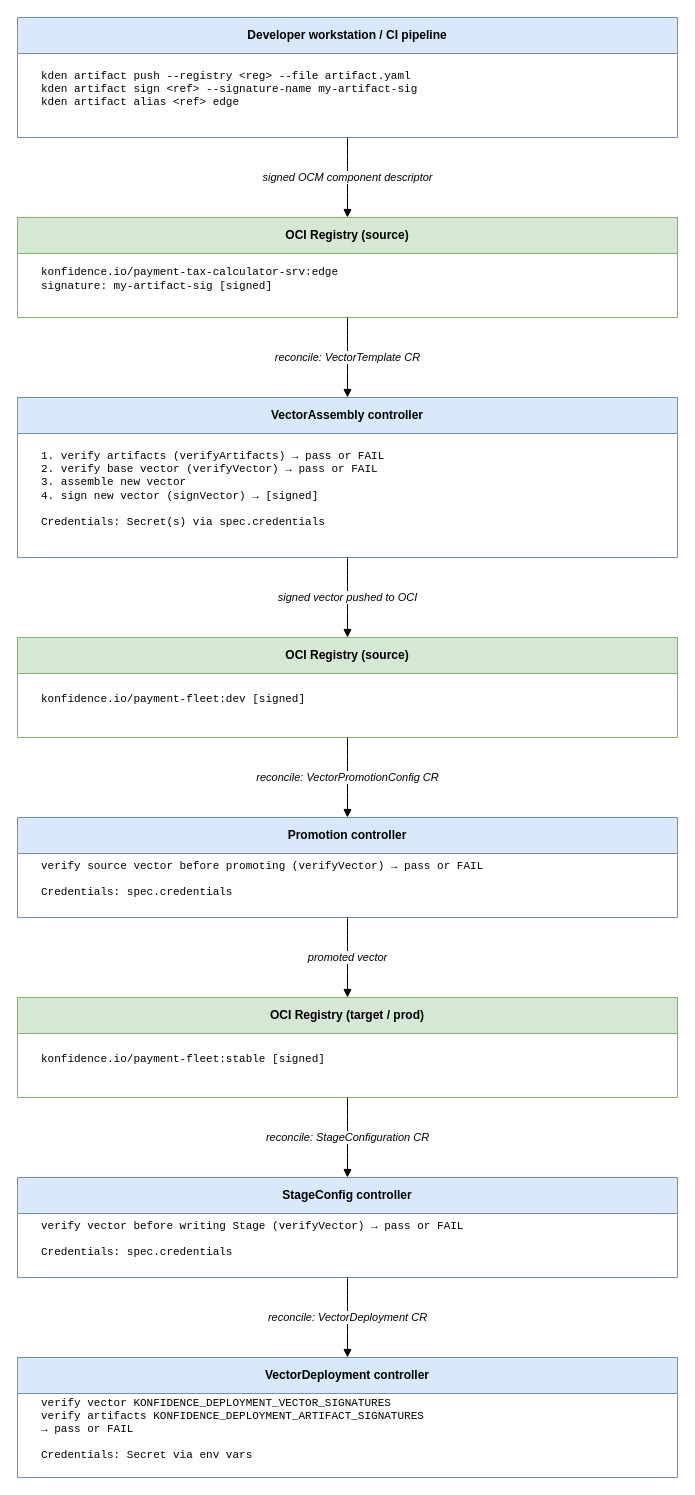
konfidence-project/konfidence-docs keeps this draw.io diagram as public/assets/diagrams/signing-and-verification-flow.drawio. Above is the earlier version. Source tidied: cells renumbered, new cells numbered last; positions are measured from the earlier drawing's top-left corner, leaving out a move shared by most shapes. Both pictures are drawn from the tidied source at 100%, with x=0, y=0 at pixel (17, 17).
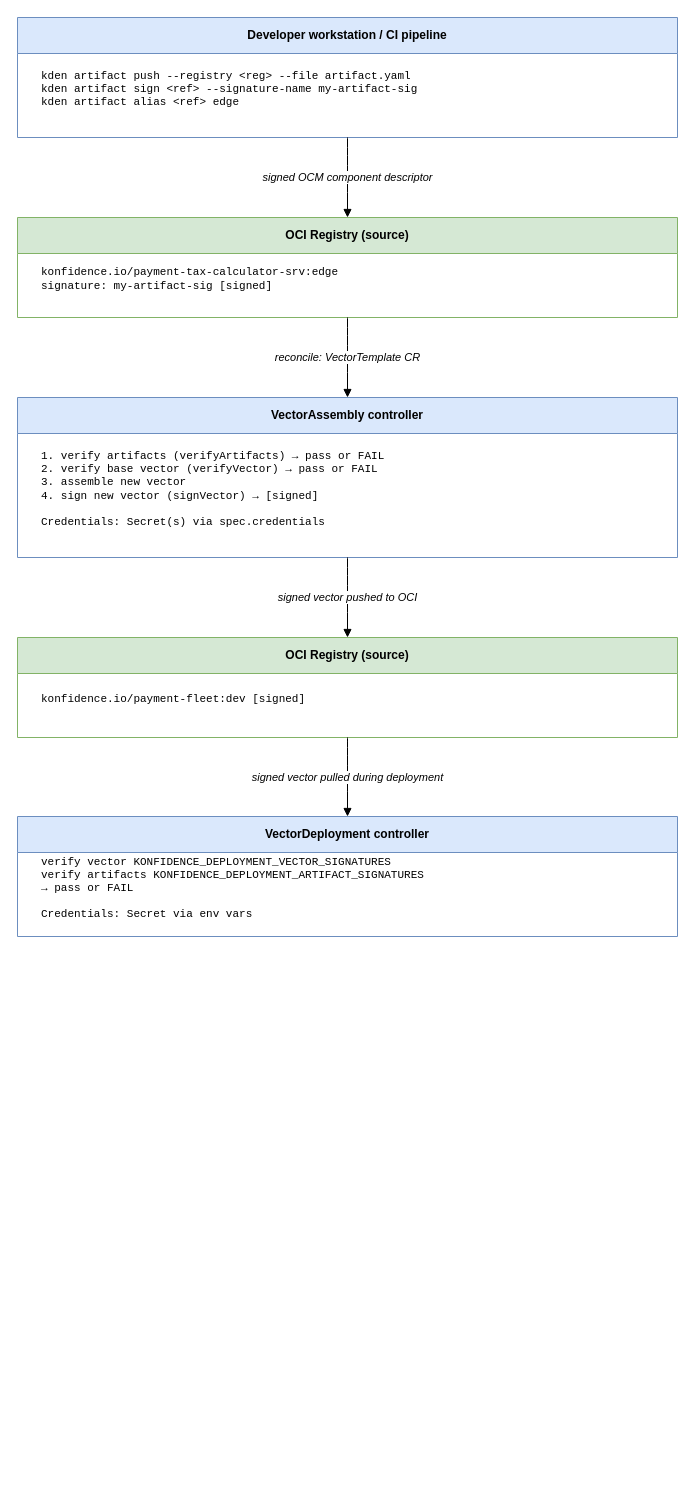
The same page after the edit.

Commit message (it also covers changes not shown here):
docs: remove StageConfiguration references for vector promotions

The change refers to these unchanged cells:
```xml
<mxCell id="11" value="&lt;b&gt;OCI Registry (source)&lt;/b&gt;" style="swimlane;fontStyle=1;startSize=36;fillColor=#d5e8d4;strokeColor=#82b366;whiteSpace=wrap;html=1;" parent="1" vertex="1">
  <mxGeometry y="620" width="660" height="100" as="geometry" />
</mxCell>
```

Change to the diagram source:
```diff
@@
-    <mxCell id="13" value="reconcile: VectorPromotionConfig CR" style="edgeStyle=orthogonalEdgeStyle;curved=1;html=1;exitX=0.5;exitY=1;entryX=0.5;entryY=0;endArrow=block;endFill=1;fontSize=11;fontStyle=2;" parent="1" edge="1" source="11" target="14">
-      <mxGeometry relative="1" as="geometry" />
-    </mxCell>
-    <mxCell id="14" value="&lt;b&gt;Promotion controller&lt;/b&gt;" style="swimlane;fontStyle=1;startSize=36;fillColor=#dae8fc;strokeColor=#6c8ebf;whiteSpace=wrap;html=1;" parent="1" vertex="1">
-      <mxGeometry y="800" width="660" height="100" as="geometry" />
-    </mxCell>
-    <mxCell id="15" value="verify source vector before promoting (verifyVector)  → pass or FAIL&#10;&#10;Credentials: spec.credentials" style="text;html=1;strokeColor=none;fillColor=none;align=left;verticalAlign=middle;whiteSpace=wrap;spacingLeft=12;fontSize=11;fontFamily=Courier New;" parent="14" vertex="1">
-      <mxGeometry x="10" y="36" width="640" height="52" as="geometry" />
-    </mxCell>
-    <mxCell id="16" value="promoted vector" style="edgeStyle=orthogonalEdgeStyle;curved=1;html=1;exitX=0.5;exitY=1;entryX=0.5;entryY=0;endArrow=block;endFill=1;fontSize=11;fontStyle=2;" parent="1" edge="1" source="14" target="17">
-      <mxGeometry relative="1" as="geometry" />
-    </mxCell>
-    <mxCell id="17" value="&lt;b&gt;OCI Registry (target / prod)&lt;/b&gt;" style="swimlane;fontStyle=1;startSize=36;fillColor=#d5e8d4;strokeColor=#82b366;whiteSpace=wrap;html=1;" parent="1" vertex="1">
-      <mxGeometry y="980" width="660" height="100" as="geometry" />
-    </mxCell>
-    <mxCell id="18" value="konfidence.io/payment-fleet:stable  [signed]" style="text;html=1;strokeColor=none;fillColor=none;align=left;verticalAlign=middle;whiteSpace=wrap;spacingLeft=12;fontSize=11;fontFamily=Courier New;" parent="17" vertex="1">
-      <mxGeometry x="10" y="36" width="640" height="52" as="geometry" />
-    </mxCell>
-    <mxCell id="19" value="reconcile: StageConfiguration CR" style="edgeStyle=orthogonalEdgeStyle;curved=1;html=1;exitX=0.5;exitY=1;entryX=0.5;entryY=0;endArrow=block;endFill=1;fontSize=11;fontStyle=2;" parent="1" edge="1" source="17" target="20">
-      <mxGeometry relative="1" as="geometry" />
-    </mxCell>
-    <mxCell id="20" value="&lt;b&gt;StageConfig controller&lt;/b&gt;" style="swimlane;fontStyle=1;startSize=36;fillColor=#dae8fc;strokeColor=#6c8ebf;whiteSpace=wrap;html=1;" parent="1" vertex="1">
-      <mxGeometry y="1160" width="660" height="100" as="geometry" />
-    </mxCell>
-    <mxCell id="21" value="verify vector before writing Stage (verifyVector)  → pass or FAIL&#10;&#10;Credentials: spec.credentials" style="text;html=1;strokeColor=none;fillColor=none;align=left;verticalAlign=middle;whiteSpace=wrap;spacingLeft=12;fontSize=11;fontFamily=Courier New;" parent="20" vertex="1">
-      <mxGeometry x="10" y="36" width="640" height="52" as="geometry" />
-    </mxCell>
-    <mxCell id="22" value="reconcile: VectorDeployment CR" style="edgeStyle=orthogonalEdgeStyle;curved=1;html=1;exitX=0.5;exitY=1;entryX=0.5;entryY=0;endArrow=block;endFill=1;fontSize=11;fontStyle=2;" parent="1" edge="1" source="20" target="23">
+    <mxCell id="22" value="signed vector pulled during deployment" style="edgeStyle=orthogonalEdgeStyle;curved=1;html=1;entryX=0.5;entryY=0;endArrow=block;endFill=1;fontSize=11;fontStyle=2;exitX=0.5;exitY=1;exitDx=0;exitDy=0;" parent="1" edge="1" source="11" target="23">
       <mxGeometry relative="1" as="geometry" />
     </mxCell>
     <mxCell id="23" value="&lt;b&gt;VectorDeployment controller&lt;/b&gt;" style="swimlane;fontStyle=1;startSize=36;fillColor=#dae8fc;strokeColor=#6c8ebf;whiteSpace=wrap;html=1;" parent="1" vertex="1">
-      <mxGeometry y="1340" width="660" height="120" as="geometry" />
+      <mxGeometry y="799" width="660" height="120" as="geometry" />
     </mxCell>
```
